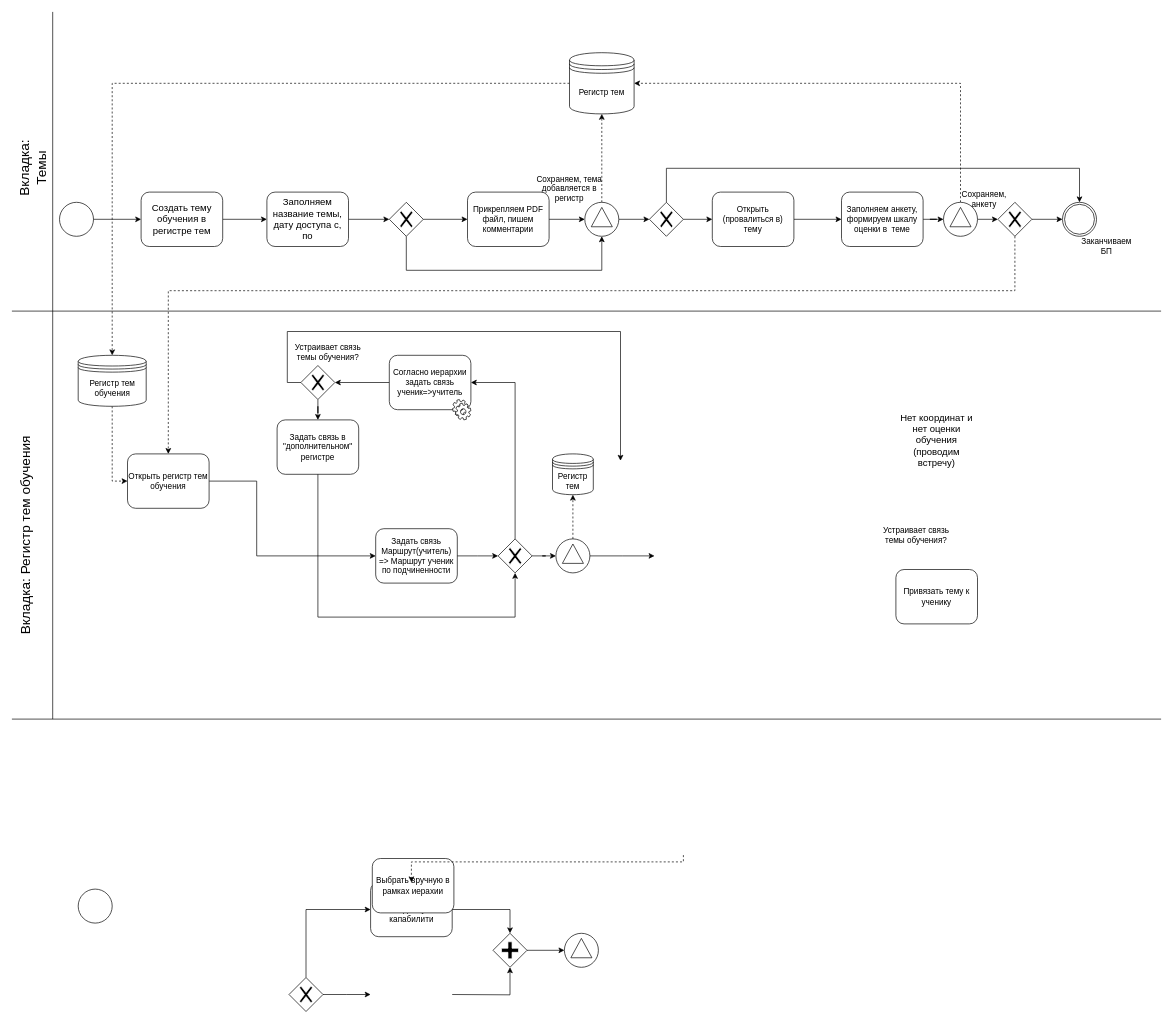
The draw.io diagram Диаграмма без названия.drawio in VillyVonka537/iograf, before the edit. Source tidied: cells renumbered, new cells numbered last; positions are measured from the earlier drawing's top-left corner, leaving out a move shared by most shapes. Both pictures are drawn from the tidied source at 68%, with x=0, y=0 at pixel (-97, 12).
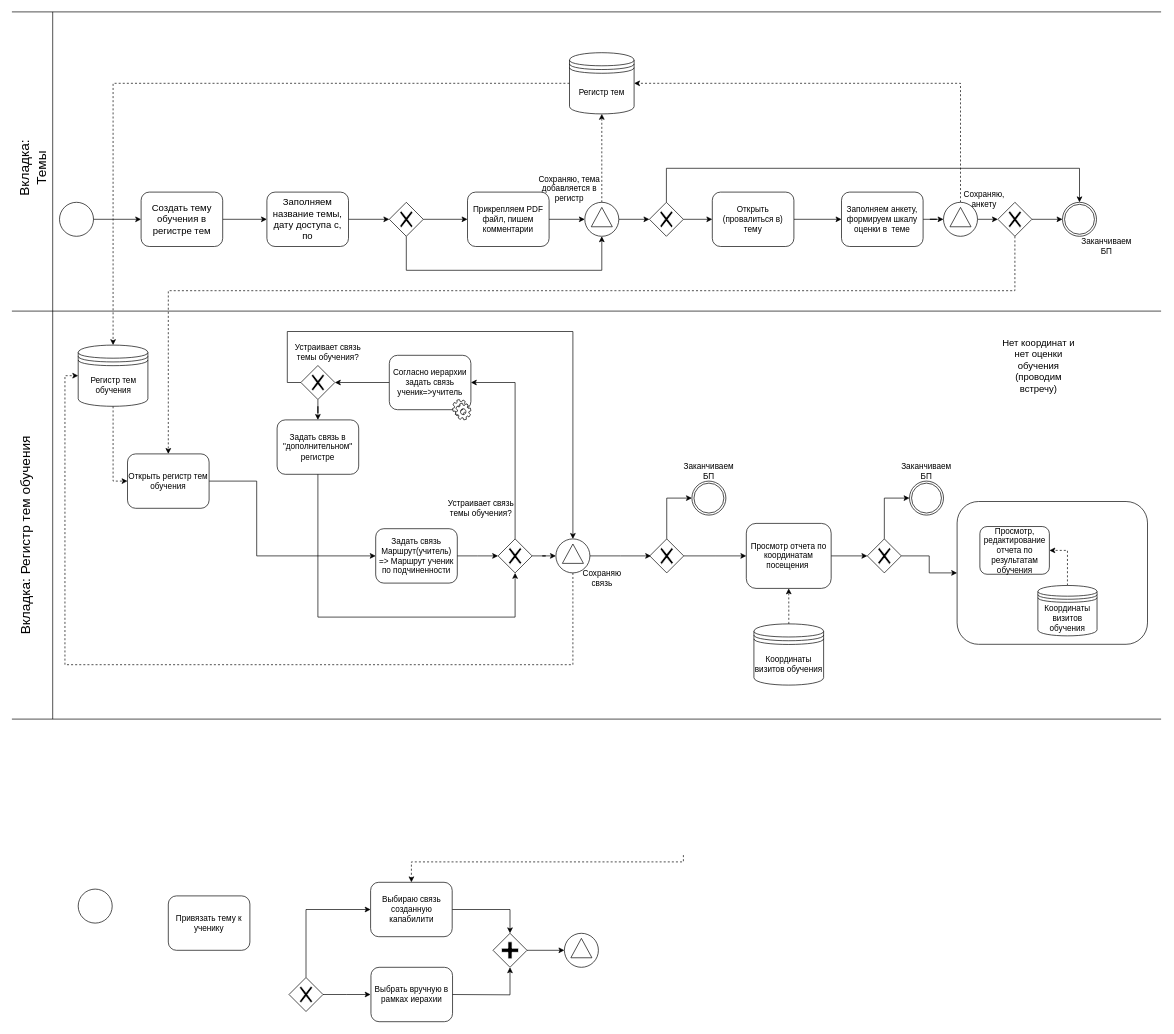
After the change.

Unchanged cells that the change refers to:
```xml
<mxCell id="23" style="shape=mxgraph.bpmn.shape;html=1;verticalLabelPosition=bottom;labelBackgroundColor=#ffffff;verticalAlign=top;align=center;perimeter=rhombusPerimeter;background=gateway;outlineConnect=0;outline=none;symbol=exclusiveGw;" parent="1" vertex="1">
  <mxGeometry x="585" y="520" width="50" height="50" as="geometry" />
</mxCell>
<mxCell id="36" style="shape=mxgraph.bpmn.shape;html=1;verticalLabelPosition=bottom;labelBackgroundColor=#ffffff;verticalAlign=top;align=center;perimeter=ellipsePerimeter;outlineConnect=0;outline=standard;symbol=signal;" parent="1" vertex="1">
  <mxGeometry x="960" y="775" width="50" height="50" as="geometry" />
</mxCell>
```

Diff of the diagram source:
```diff
@@
     <mxCell id="2" value="&lt;font style=&quot;font-size: 14px&quot;&gt;Нет координат и нет оценки обучения (проводим встречу)&lt;/font&gt;" style="text;html=1;strokeColor=none;fillColor=none;align=center;verticalAlign=middle;whiteSpace=wrap;rounded=0;" parent="1" vertex="1">
-      <mxGeometry x="1460" y="580" width="120" height="100" as="geometry" />
+      <mxGeometry x="1610" y="470" width="120" height="100" as="geometry" />
     </mxCell>
@@
     <mxCell id="10" value="Выбрать вручную в рамках иерахии" style="shape=ext;rounded=1;html=1;whiteSpace=wrap;" parent="1" vertex="1">
-      <mxGeometry x="690" y="1245" width="120" height="80" as="geometry" />
+      <mxGeometry x="688" y="1405" width="120" height="80" as="geometry" />
     </mxCell>
@@
     <mxCell id="12" value="Привязать тему к ученику" style="shape=ext;rounded=1;html=1;whiteSpace=wrap;" parent="1" vertex="1">
-      <mxGeometry x="1460" y="820" width="120" height="80" as="geometry" />
+      <mxGeometry x="390" y="1300" width="120" height="80" as="geometry" />
     </mxCell>
@@
-    <mxCell id="14" value="Устраивает связь темы обучения?" style="text;html=1;strokeColor=none;fillColor=none;align=center;verticalAlign=middle;whiteSpace=wrap;rounded=0;" parent="1" vertex="1">
-      <mxGeometry x="1440" y="740" width="100" height="60" as="geometry" />
-    </mxCell>
@@
-    <mxCell id="29" style="edgeStyle=orthogonalEdgeStyle;rounded=0;jettySize=auto;html=1;exitX=0;exitY=0.5;exitDx=0;exitDy=0;" parent="1" edge="1" source="23">
+    <mxCell id="29" style="edgeStyle=orthogonalEdgeStyle;rounded=0;jettySize=auto;html=1;exitX=0;exitY=0.5;exitDx=0;exitDy=0;entryX=0.5;entryY=0;entryDx=0;entryDy=0;" parent="1" edge="1" source="23" target="36">
       <mxGeometry relative="1" as="geometry">
-        <mxPoint x="1055" y="660" as="targetPoint" />
         <Array as="points">
           <mxPoint x="565" y="545" />
           <mxPoint x="565" y="470" />
-          <mxPoint x="1055" y="470" />
+          <mxPoint x="985" y="470" />
         </Array>
       </mxGeometry>
     </mxCell>
@@
     <mxCell id="34" style="edgeStyle=orthogonalEdgeStyle;rounded=0;jettySize=auto;html=1;" parent="1" edge="1" source="36">
       <mxGeometry relative="1" as="geometry">
-        <mxPoint x="1105" y="800" as="targetPoint" />
+        <mxPoint x="1100" y="800" as="targetPoint" />
       </mxGeometry>
     </mxCell>
-    <mxCell id="35" style="edgeStyle=orthogonalEdgeStyle;rounded=0;jettySize=auto;html=1;exitX=0.5;exitY=0;exitDx=0;exitDy=0;entryX=0.5;entryY=1;entryDx=0;entryDy=0;dashed=1;" parent="1" edge="1" source="36" target="38">
-      <mxGeometry relative="1" as="geometry" />
-    </mxCell>
+    <mxCell id="77" style="edgeStyle=orthogonalEdgeStyle;rounded=0;jettySize=auto;html=1;exitX=0.5;exitY=1;exitDx=0;exitDy=0;entryX=0;entryY=0.5;entryDx=0;entryDy=0;dashed=1;" parent="1" edge="1" source="36" target="75">
+      <mxGeometry relative="1" as="geometry">
+        <Array as="points">
+          <mxPoint x="985" y="960" />
+          <mxPoint x="238" y="960" />
+          <mxPoint x="238" y="535" />
+        </Array>
+      </mxGeometry>
+    </mxCell>
@@
-    <mxCell id="38" value="Регистр тем" style="shape=datastore;whiteSpace=wrap;html=1;" parent="1" vertex="1">
-      <mxGeometry x="955" y="650" width="60" height="60" as="geometry" />
-    </mxCell>
@@
-    <mxCell id="42" value="Сохраняем, тема добавляется в регистр" style="text;html=1;strokeColor=none;fillColor=none;align=center;verticalAlign=middle;whiteSpace=wrap;rounded=0;" parent="1" vertex="1">
+    <mxCell id="42" value="Сохраняю, тема добавляется в регистр" style="text;html=1;strokeColor=none;fillColor=none;align=center;verticalAlign=middle;whiteSpace=wrap;rounded=0;" parent="1" vertex="1">
       <mxGeometry x="920" y="240" width="120" height="40" as="geometry" />
     </mxCell>
@@
-    <mxCell id="61" value="Сохраняем, анкету" style="text;html=1;strokeColor=none;fillColor=none;align=center;verticalAlign=middle;whiteSpace=wrap;rounded=0;" parent="1" vertex="1">
+    <mxCell id="61" value="Сохраняю, анкету" style="text;html=1;strokeColor=none;fillColor=none;align=center;verticalAlign=middle;whiteSpace=wrap;rounded=0;" parent="1" vertex="1">
       <mxGeometry x="1550" y="250" width="80" height="50" as="geometry" />
     </mxCell>
@@
     <mxCell id="75" value="Регистр тем обучения" style="shape=datastore;whiteSpace=wrap;html=1;comic=0;" parent="1" vertex="1">
-      <mxGeometry x="257.5" y="505" width="100" height="75" as="geometry" />
+      <mxGeometry x="257.5" y="490" width="102.5" height="90" as="geometry" />
     </mxCell>
@@
+    <mxCell id="14" value="Устраивает связь темы обучения?" style="text;html=1;strokeColor=none;fillColor=none;align=center;verticalAlign=middle;whiteSpace=wrap;rounded=0;" parent="1" vertex="1">
+      <mxGeometry x="800" y="700" width="100" height="60" as="geometry" />
+    </mxCell>
+    <mxCell id="78" value="Сохраняю связь" style="text;html=1;strokeColor=none;fillColor=none;align=center;verticalAlign=middle;whiteSpace=wrap;rounded=0;" parent="1" vertex="1">
+      <mxGeometry x="992.5" y="817.8" width="70" height="30" as="geometry" />
+    </mxCell>
+    <mxCell id="79" style="edgeStyle=orthogonalEdgeStyle;rounded=0;jettySize=auto;html=1;exitX=0.5;exitY=0;exitDx=0;exitDy=0;entryX=0;entryY=0.5;entryDx=0;entryDy=0;" parent="1" edge="1" source="81" target="82">
+      <mxGeometry relative="1" as="geometry" />
+    </mxCell>
+    <mxCell id="80" style="edgeStyle=orthogonalEdgeStyle;rounded=0;jettySize=auto;html=1;" parent="1" edge="1" source="81">
+      <mxGeometry relative="1" as="geometry">
+        <mxPoint x="1240" y="800" as="targetPoint" />
+      </mxGeometry>
+    </mxCell>
+    <mxCell id="81" style="shape=mxgraph.bpmn.shape;html=1;verticalLabelPosition=bottom;labelBackgroundColor=#ffffff;verticalAlign=top;align=center;perimeter=rhombusPerimeter;background=gateway;outlineConnect=0;outline=none;symbol=exclusiveGw;comic=0;" parent="1" vertex="1">
+      <mxGeometry x="1098" y="775" width="50" height="50" as="geometry" />
+    </mxCell>
+    <mxCell id="82" style="shape=mxgraph.bpmn.shape;html=1;verticalLabelPosition=bottom;labelBackgroundColor=#ffffff;verticalAlign=top;align=center;perimeter=ellipsePerimeter;outlineConnect=0;outline=throwing;symbol=general;comic=0;" parent="1" vertex="1">
+      <mxGeometry x="1160" y="690" width="50" height="50" as="geometry" />
+    </mxCell>
+    <mxCell id="83" value="Заканчиваем БП" style="text;html=1;strokeColor=none;fillColor=none;align=center;verticalAlign=middle;whiteSpace=wrap;rounded=0;" parent="1" vertex="1">
+      <mxGeometry x="1145" y="650" width="80" height="50" as="geometry" />
+    </mxCell>
+    <mxCell id="84" style="edgeStyle=orthogonalEdgeStyle;rounded=0;orthogonalLoop=1;jettySize=auto;html=1;exitX=0.5;exitY=1;exitDx=0;exitDy=0;" parent="1" edge="1" source="78" target="78">
+      <mxGeometry relative="1" as="geometry" />
+    </mxCell>
+    <mxCell id="85" style="endArrow=none;html=1;" parent="1" edge="1">
+      <mxGeometry relative="1" as="geometry">
+        <mxPoint x="160" as="sourcePoint" />
+        <mxPoint x="1850" as="targetPoint" />
+      </mxGeometry>
+    </mxCell>
+    <mxCell id="86" style="edgeStyle=orthogonalEdgeStyle;rounded=0;jettySize=auto;html=1;entryX=0;entryY=0.5;entryDx=0;entryDy=0;" parent="1" edge="1" source="87" target="92">
+      <mxGeometry relative="1" as="geometry" />
+    </mxCell>
+    <mxCell id="87" value="Просмотр отчета по координатам посещения&amp;nbsp;" style="shape=ext;rounded=1;html=1;whiteSpace=wrap;comic=0;" parent="1" vertex="1">
+      <mxGeometry x="1240" y="752.2" width="124.8" height="95.6" as="geometry" />
+    </mxCell>
+    <mxCell id="88" style="edgeStyle=orthogonalEdgeStyle;rounded=0;jettySize=auto;html=1;entryX=0.5;entryY=1;entryDx=0;entryDy=0;dashed=1;" parent="1" edge="1" source="89" target="87">
+      <mxGeometry relative="1" as="geometry" />
+    </mxCell>
+    <mxCell id="89" value="Координаты визитов обучения" style="shape=datastore;whiteSpace=wrap;html=1;comic=0;" parent="1" vertex="1">
+      <mxGeometry x="1251.2" y="900" width="102.5" height="90" as="geometry" />
+    </mxCell>
+    <mxCell id="90" style="edgeStyle=orthogonalEdgeStyle;rounded=0;jettySize=auto;html=1;exitX=0.5;exitY=0;exitDx=0;exitDy=0;entryX=0;entryY=0.5;entryDx=0;entryDy=0;" parent="1" edge="1" source="92" target="93">
+      <mxGeometry relative="1" as="geometry" />
+    </mxCell>
+    <mxCell id="91" style="edgeStyle=orthogonalEdgeStyle;rounded=0;jettySize=auto;html=1;exitX=1;exitY=0.5;exitDx=0;exitDy=0;" parent="1" edge="1" source="92" target="95">
+      <mxGeometry relative="1" as="geometry" />
+    </mxCell>
+    <mxCell id="92" style="shape=mxgraph.bpmn.shape;html=1;verticalLabelPosition=bottom;labelBackgroundColor=#ffffff;verticalAlign=top;align=center;perimeter=rhombusPerimeter;background=gateway;outlineConnect=0;outline=none;symbol=exclusiveGw;comic=0;" parent="1" vertex="1">
+      <mxGeometry x="1418" y="775" width="50" height="50" as="geometry" />
+    </mxCell>
+    <mxCell id="93" style="shape=mxgraph.bpmn.shape;html=1;verticalLabelPosition=bottom;labelBackgroundColor=#ffffff;verticalAlign=top;align=center;perimeter=ellipsePerimeter;outlineConnect=0;outline=throwing;symbol=general;comic=0;" parent="1" vertex="1">
+      <mxGeometry x="1480" y="690" width="50" height="50" as="geometry" />
+    </mxCell>
+    <mxCell id="94" value="Заканчиваем БП" style="text;html=1;strokeColor=none;fillColor=none;align=center;verticalAlign=middle;whiteSpace=wrap;rounded=0;" parent="1" vertex="1">
+      <mxGeometry x="1465" y="650" width="80" height="50" as="geometry" />
+    </mxCell>
+    <mxCell id="95" value="Task" style="shape=ext;rounded=1;html=1;whiteSpace=wrap;comic=0;noLabel=1;portConstraintRotation=1;snapToPoint=1;fixDash=1;" parent="1" vertex="1">
+      <mxGeometry x="1550" y="720" width="280" height="210" as="geometry" />
+    </mxCell>
+    <mxCell id="96" value="Просмотр, редактирование отчета по результатам обучения" style="shape=ext;rounded=1;html=1;whiteSpace=wrap;comic=0;" parent="95" vertex="1">
+      <mxGeometry x="33.5" y="36.8" width="102.2" height="70.2" as="geometry" />
+    </mxCell>
+    <mxCell id="97" style="edgeStyle=orthogonalEdgeStyle;rounded=0;jettySize=auto;html=1;entryX=1;entryY=0.5;entryDx=0;entryDy=0;dashed=1;" parent="95" edge="1" source="98" target="96">
+      <mxGeometry relative="1" as="geometry" />
+    </mxCell>
+    <mxCell id="98" value="Координаты визитов обучения" style="shape=datastore;whiteSpace=wrap;html=1;comic=0;" parent="95" vertex="1">
+      <mxGeometry x="118.8" y="123.5" width="87" height="74.1" as="geometry" />
+    </mxCell>
```
